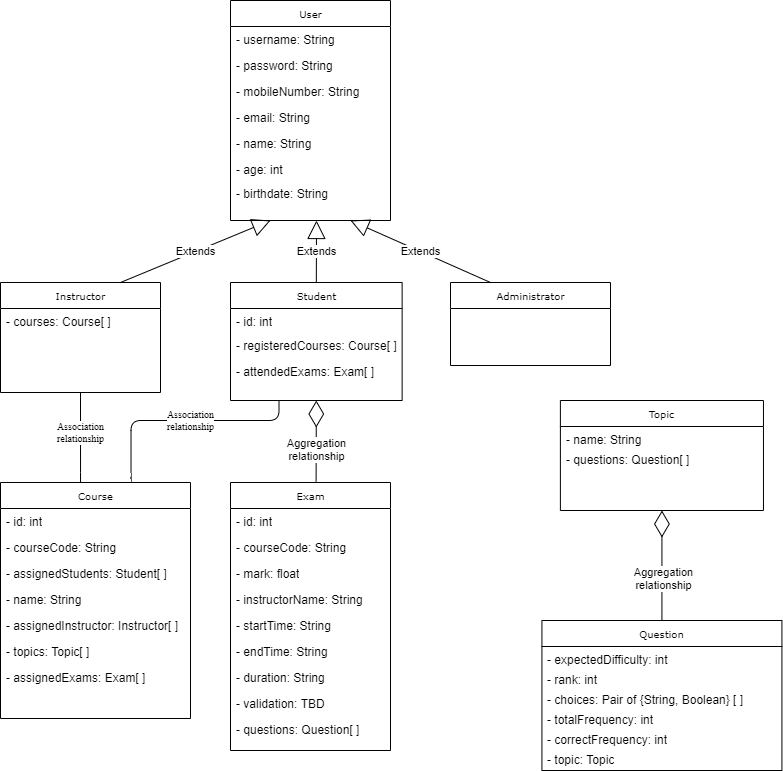
aymanred121/Examination-Management-System keeps this draw.io diagram as UML.png. Above is the earlier version. Source tidied: cells renumbered, new cells last; positions are measured from the earlier drawing's top-left corner, leaving out a move shared by most shapes.
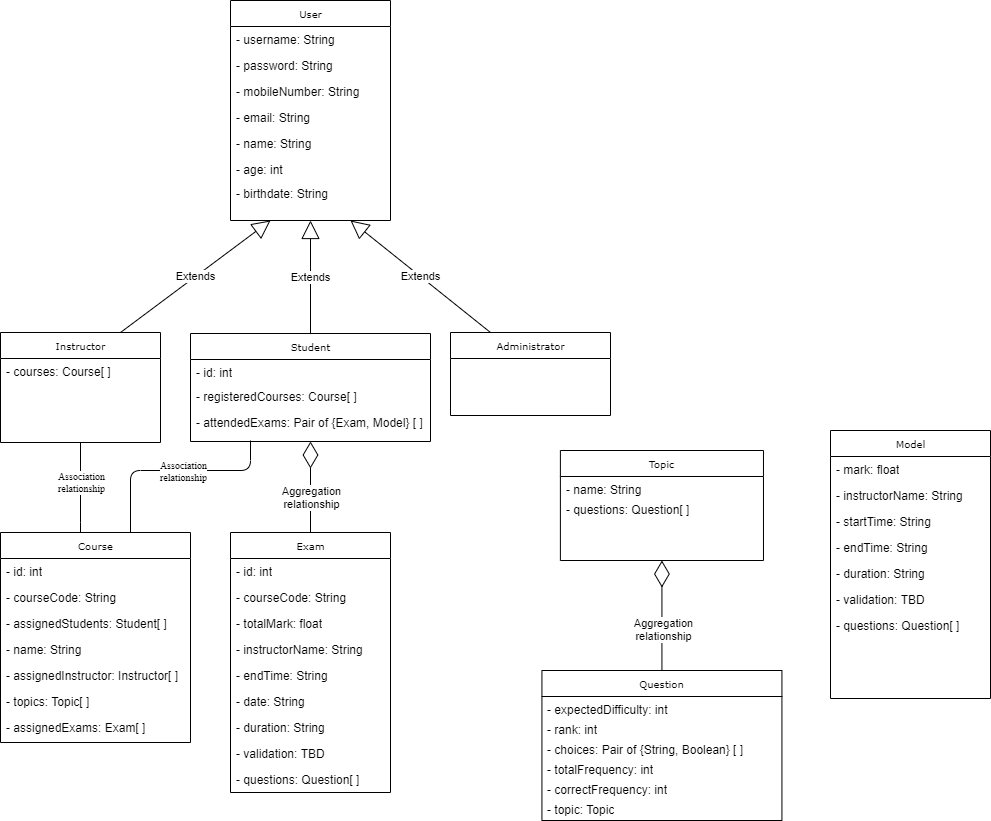
The same diagram one commit later.

Diff of the diagram source:
```diff
@@ -3,7 +3,7 @@
     <mxCell id="0" />
     <mxCell id="1" parent="0" />
     <mxCell id="2" value="Exam" style="swimlane;html=1;fontStyle=0;horizontal=1;startSize=26;fillColor=none;swimlaneFillColor=#ffffff;rounded=0;shadow=0;comic=0;labelBackgroundColor=none;strokeWidth=1;fontFamily=Verdana;fontSize=10;align=center;" parent="1" vertex="1">
-      <mxGeometry x="230" y="482" width="160" height="268" as="geometry" />
+      <mxGeometry x="230" y="482" width="160" height="260" as="geometry" />
     </mxCell>
     <mxCell id="3" value="- id: int" style="text;html=1;strokeColor=none;fillColor=none;align=left;verticalAlign=top;spacingLeft=4;spacingRight=4;whiteSpace=wrap;overflow=hidden;" parent="2" vertex="1">
       <mxGeometry y="26" width="160" height="26" as="geometry" />
@@ -11,18 +11,18 @@
     <mxCell id="4" value="- courseCode: String" style="text;html=1;strokeColor=none;fillColor=none;align=left;verticalAlign=top;spacingLeft=4;spacingRight=4;whiteSpace=wrap;overflow=hidden;" parent="2" vertex="1">
       <mxGeometry y="52" width="160" height="26" as="geometry" />
     </mxCell>
-    <mxCell id="5" value="- mark: float" style="text;html=1;strokeColor=none;fillColor=none;align=left;verticalAlign=top;spacingLeft=4;spacingRight=4;whiteSpace=wrap;overflow=hidden;" parent="2" vertex="1">
+    <mxCell id="5" value="- totalMark: float" style="text;html=1;strokeColor=none;fillColor=none;align=left;verticalAlign=top;spacingLeft=4;spacingRight=4;whiteSpace=wrap;overflow=hidden;" parent="2" vertex="1">
       <mxGeometry y="78" width="160" height="26" as="geometry" />
     </mxCell>
     <mxCell id="6" value="- instructorName: String" style="text;html=1;strokeColor=none;fillColor=none;align=left;verticalAlign=top;spacingLeft=4;spacingRight=4;whiteSpace=wrap;overflow=hidden;" parent="2" vertex="1">
       <mxGeometry y="104" width="160" height="26" as="geometry" />
     </mxCell>
-    <mxCell id="7" value="- startTime: String" style="text;html=1;strokeColor=none;fillColor=none;align=left;verticalAlign=top;spacingLeft=4;spacingRight=4;whiteSpace=wrap;overflow=hidden;" parent="2" vertex="1">
-      <mxGeometry y="130" width="160" height="26" as="geometry" />
-    </mxCell>
     <mxCell id="8" value="- endTime: String" style="text;html=1;strokeColor=none;fillColor=none;align=left;verticalAlign=top;spacingLeft=4;spacingRight=4;whiteSpace=wrap;overflow=hidden;" parent="2" vertex="1">
-      <mxGeometry y="156" width="160" height="26" as="geometry" />
+      <mxGeometry y="130" width="160" height="26" as="geometry" />
     </mxCell>
+    <mxCell id="56" value="- date: String" style="text;html=1;strokeColor=none;fillColor=none;align=left;verticalAlign=top;spacingLeft=4;spacingRight=4;whiteSpace=wrap;overflow=hidden;" parent="2" vertex="1">
+      <mxGeometry y="156" width="160" height="26" as="geometry" />
+    </mxCell>
     <mxCell id="9" value="- duration: String" style="text;html=1;strokeColor=none;fillColor=none;align=left;verticalAlign=top;spacingLeft=4;spacingRight=4;whiteSpace=wrap;overflow=hidden;" parent="2" vertex="1">
       <mxGeometry y="182" width="160" height="26" as="geometry" />
     </mxCell>
@@ -33,7 +33,7 @@
       <mxGeometry y="234" width="160" height="26" as="geometry" />
     </mxCell>
     <mxCell id="12" value="User" style="swimlane;html=1;fontStyle=0;horizontal=1;startSize=26;fillColor=none;swimlaneFillColor=#ffffff;rounded=0;shadow=0;comic=0;labelBackgroundColor=none;strokeWidth=1;fontFamily=Verdana;fontSize=10;align=center;" parent="1" vertex="1">
-      <mxGeometry x="230" width="160" height="220" as="geometry" />
+      <mxGeometry x="230" y="-50" width="160" height="220" as="geometry" />
     </mxCell>
     <mxCell id="13" value="- username: String" style="text;html=1;strokeColor=none;fillColor=none;align=left;verticalAlign=top;spacingLeft=4;spacingRight=4;whiteSpace=wrap;overflow=hidden;" parent="12" vertex="1">
       <mxGeometry y="26" width="160" height="26" as="geometry" />
@@ -66,7 +66,7 @@
       <mxGeometry x="450" y="282" width="160" height="83" as="geometry" />
     </mxCell>
     <mxCell id="23" value="Course" style="swimlane;html=1;fontStyle=0;horizontal=1;startSize=26;fillColor=none;swimlaneFillColor=#ffffff;rounded=0;shadow=0;comic=0;labelBackgroundColor=none;strokeWidth=1;fontFamily=Verdana;fontSize=10;align=center;" parent="1" vertex="1">
-      <mxGeometry y="482" width="190" height="236" as="geometry" />
+      <mxGeometry y="482" width="190" height="210" as="geometry" />
     </mxCell>
     <mxCell id="24" value="- id: int" style="text;html=1;strokeColor=none;fillColor=none;align=left;verticalAlign=top;spacingLeft=4;spacingRight=4;whiteSpace=wrap;overflow=hidden;" parent="23" vertex="1">
       <mxGeometry y="26" width="190" height="26" as="geometry" />
@@ -90,16 +90,16 @@
       <mxGeometry y="182" width="190" height="28" as="geometry" />
     </mxCell>
     <mxCell id="31" value="Student" style="swimlane;html=1;fontStyle=0;horizontal=1;startSize=26;fillColor=none;swimlaneFillColor=#ffffff;rounded=0;shadow=0;comic=0;labelBackgroundColor=none;strokeWidth=1;fontFamily=Verdana;fontSize=10;align=center;" parent="1" vertex="1">
-      <mxGeometry x="230" y="282" width="171.6" height="118" as="geometry" />
+      <mxGeometry x="190" y="283" width="240" height="108" as="geometry" />
     </mxCell>
     <mxCell id="32" value="- id: int" style="text;html=1;strokeColor=none;fillColor=none;align=left;verticalAlign=top;spacingLeft=4;spacingRight=4;whiteSpace=wrap;overflow=hidden;" parent="31" vertex="1">
-      <mxGeometry y="26" width="171.6" height="24" as="geometry" />
+      <mxGeometry y="26" width="240" height="24" as="geometry" />
     </mxCell>
     <mxCell id="33" value="- registeredCourses: Course[ ]" style="text;html=1;strokeColor=none;fillColor=none;align=left;verticalAlign=top;spacingLeft=4;spacingRight=4;whiteSpace=wrap;overflow=hidden;" parent="31" vertex="1">
-      <mxGeometry y="50" width="171.6" height="26" as="geometry" />
+      <mxGeometry y="50" width="240" height="26" as="geometry" />
     </mxCell>
-    <mxCell id="34" value="- attendedExams: Exam[ ]" style="text;html=1;strokeColor=none;fillColor=none;align=left;verticalAlign=top;spacingLeft=4;spacingRight=4;whiteSpace=wrap;overflow=hidden;" parent="31" vertex="1">
-      <mxGeometry y="76" width="171.6" height="26" as="geometry" />
+    <mxCell id="34" value="- attendedExams: Pair of {Exam, Model} [ ]" style="text;html=1;strokeColor=none;fillColor=none;align=left;verticalAlign=top;spacingLeft=4;spacingRight=4;whiteSpace=wrap;overflow=hidden;" parent="31" vertex="1">
+      <mxGeometry y="76" width="240" height="26" as="geometry" />
     </mxCell>
     <mxCell id="35" value="Extends" style="endArrow=block;endSize=16;endFill=0;html=1;entryX=0.25;entryY=1;entryDx=0;entryDy=0;exitX=0.75;exitY=0;exitDx=0;exitDy=0;" parent="1" edge="1" source="20" target="12">
       <mxGeometry relative="1" as="geometry" />
@@ -107,10 +107,8 @@
     <mxCell id="36" value="Extends" style="endArrow=block;endSize=16;endFill=0;html=1;entryX=0.75;entryY=1;entryDx=0;entryDy=0;exitX=0.25;exitY=0;exitDx=0;exitDy=0;" parent="1" edge="1" source="22" target="12">
       <mxGeometry relative="1" as="geometry" />
     </mxCell>
-    <mxCell id="37" value="Extends" style="endArrow=block;endSize=16;endFill=0;html=1;exitX=0.5;exitY=0;exitDx=0;exitDy=0;" parent="1" edge="1" source="31">
-      <mxGeometry relative="1" as="geometry">
-        <mxPoint x="316" y="220" as="targetPoint" />
-      </mxGeometry>
+    <mxCell id="37" value="Extends" style="endArrow=block;endSize=16;endFill=0;html=1;exitX=0.5;exitY=0;exitDx=0;exitDy=0;entryX=0.5;entryY=1;entryDx=0;entryDy=0;" parent="1" edge="1" source="31" target="12">
+      <mxGeometry relative="1" as="geometry" />
     </mxCell>
     <mxCell id="38" style="endArrow=none;html=1;edgeStyle=orthogonalEdgeStyle;exitX=0.5;exitY=1;exitDx=0;exitDy=0;" parent="1" edge="1" source="20">
       <mxGeometry relative="1" as="geometry">
@@ -125,7 +123,7 @@
         <mxPoint y="-16.6" as="offset" />
       </mxGeometry>
     </mxCell>
-    <mxCell id="40" style="endArrow=diamondThin;endFill=0;endSize=24;html=1;exitX=0.535;exitY=-0.004;exitDx=0;exitDy=0;entryX=0.5;entryY=1;entryDx=0;entryDy=0;exitPerimeter=0;" parent="1" edge="1" source="2" target="31">
+    <mxCell id="40" style="endArrow=diamondThin;endFill=0;endSize=24;html=1;exitX=0.5;exitY=0;exitDx=0;exitDy=0;entryX=0.5;entryY=1;entryDx=0;entryDy=0;" parent="1" edge="1" source="2" target="31">
       <mxGeometry relative="1" as="geometry" />
     </mxCell>
     <mxCell id="41" value="Aggregation&lt;br&gt;relationship" style="edgeLabel;html=1;align=center;verticalAlign=middle;" parent="40" vertex="1">
@@ -160,12 +158,11 @@
     </mxCell>
     <mxCell id="51" style="endArrow=none;html=1;edgeStyle=orthogonalEdgeStyle;entryX=0.75;entryY=0;entryDx=0;entryDy=0;" parent="1" edge="1">
       <mxGeometry relative="1" as="geometry">
-        <mxPoint x="278.5" y="400" as="sourcePoint" />
+        <mxPoint x="250" y="390" as="sourcePoint" />
         <mxPoint x="130" y="482" as="targetPoint" />
         <Array as="points">
-          <mxPoint x="278.5" y="420" />
-          <mxPoint x="130.5" y="420" />
-          <mxPoint x="130.5" y="482" />
+          <mxPoint x="250" y="420" />
+          <mxPoint x="130" y="420" />
         </Array>
       </mxGeometry>
     </mxCell>
@@ -183,5 +180,29 @@
     <mxCell id="55" value="- questions: Question[ ]" style="text;html=1;strokeColor=none;fillColor=none;align=left;verticalAlign=top;spacingLeft=4;spacingRight=4;whiteSpace=wrap;overflow=hidden;" parent="53" vertex="1">
       <mxGeometry y="46" width="203.1" height="20" as="geometry" />
     </mxCell>
+    <mxCell id="57" value="Model" style="swimlane;html=1;fontStyle=0;horizontal=1;startSize=26;fillColor=none;swimlaneFillColor=#ffffff;rounded=0;shadow=0;comic=0;labelBackgroundColor=none;strokeWidth=1;fontFamily=Verdana;fontSize=10;align=center;" parent="1" vertex="1">
+      <mxGeometry x="830" y="380" width="160" height="268" as="geometry" />
+    </mxCell>
+    <mxCell id="58" value="- mark: float" style="text;html=1;strokeColor=none;fillColor=none;align=left;verticalAlign=top;spacingLeft=4;spacingRight=4;whiteSpace=wrap;overflow=hidden;" parent="57" vertex="1">
+      <mxGeometry y="26" width="160" height="26" as="geometry" />
+    </mxCell>
+    <mxCell id="59" value="- instructorName: String" style="text;html=1;strokeColor=none;fillColor=none;align=left;verticalAlign=top;spacingLeft=4;spacingRight=4;whiteSpace=wrap;overflow=hidden;" parent="57" vertex="1">
+      <mxGeometry y="52" width="160" height="26" as="geometry" />
+    </mxCell>
+    <mxCell id="7" value="- startTime: String" style="text;html=1;strokeColor=none;fillColor=none;align=left;verticalAlign=top;spacingLeft=4;spacingRight=4;whiteSpace=wrap;overflow=hidden;" parent="57" vertex="1">
+      <mxGeometry y="78" width="160" height="26" as="geometry" />
+    </mxCell>
+    <mxCell id="60" value="- endTime: String" style="text;html=1;strokeColor=none;fillColor=none;align=left;verticalAlign=top;spacingLeft=4;spacingRight=4;whiteSpace=wrap;overflow=hidden;" parent="57" vertex="1">
+      <mxGeometry y="104" width="160" height="26" as="geometry" />
+    </mxCell>
+    <mxCell id="61" value="- duration: String" style="text;html=1;strokeColor=none;fillColor=none;align=left;verticalAlign=top;spacingLeft=4;spacingRight=4;whiteSpace=wrap;overflow=hidden;" parent="57" vertex="1">
+      <mxGeometry y="130" width="160" height="26" as="geometry" />
+    </mxCell>
+    <mxCell id="62" value="- validation: TBD" style="text;html=1;strokeColor=none;fillColor=none;align=left;verticalAlign=top;spacingLeft=4;spacingRight=4;whiteSpace=wrap;overflow=hidden;" parent="57" vertex="1">
+      <mxGeometry y="156" width="160" height="26" as="geometry" />
+    </mxCell>
+    <mxCell id="63" value="- questions: Question[ ]" style="text;html=1;strokeColor=none;fillColor=none;align=left;verticalAlign=top;spacingLeft=4;spacingRight=4;whiteSpace=wrap;overflow=hidden;" parent="57" vertex="1">
+      <mxGeometry y="182" width="160" height="26" as="geometry" />
+    </mxCell>
   </root>
 </mxGraphModel>
```
